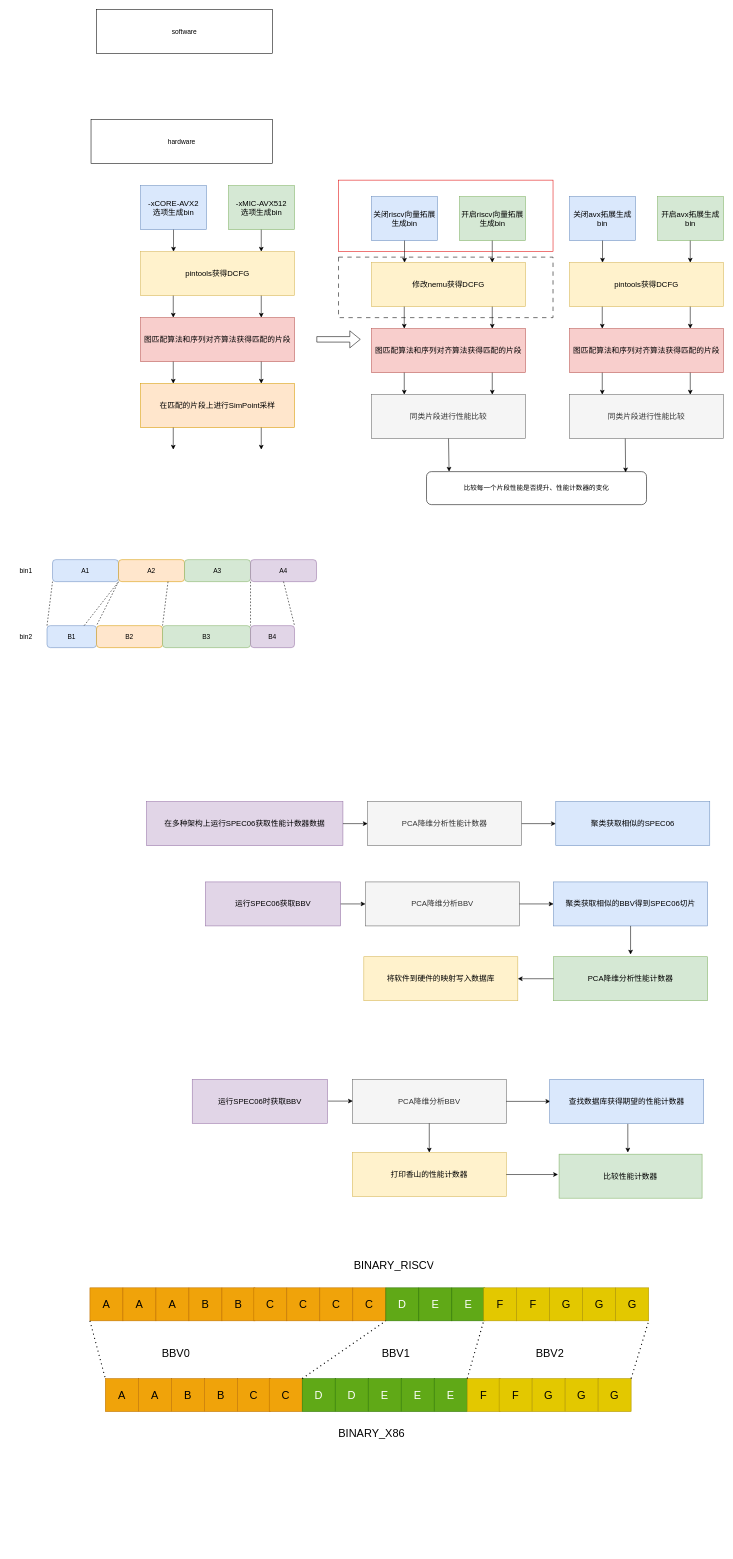
Before: 1.drawio in Ziyue-Zhang/apicture, a draw.io diagram. Source tidied: cells renumbered, new cells numbered last; positions are measured from the earlier drawing's top-left corner, leaving out a move shared by most shapes. Both pictures are drawn from the tidied source at 55%, with x=0, y=0 at pixel (9, 9).
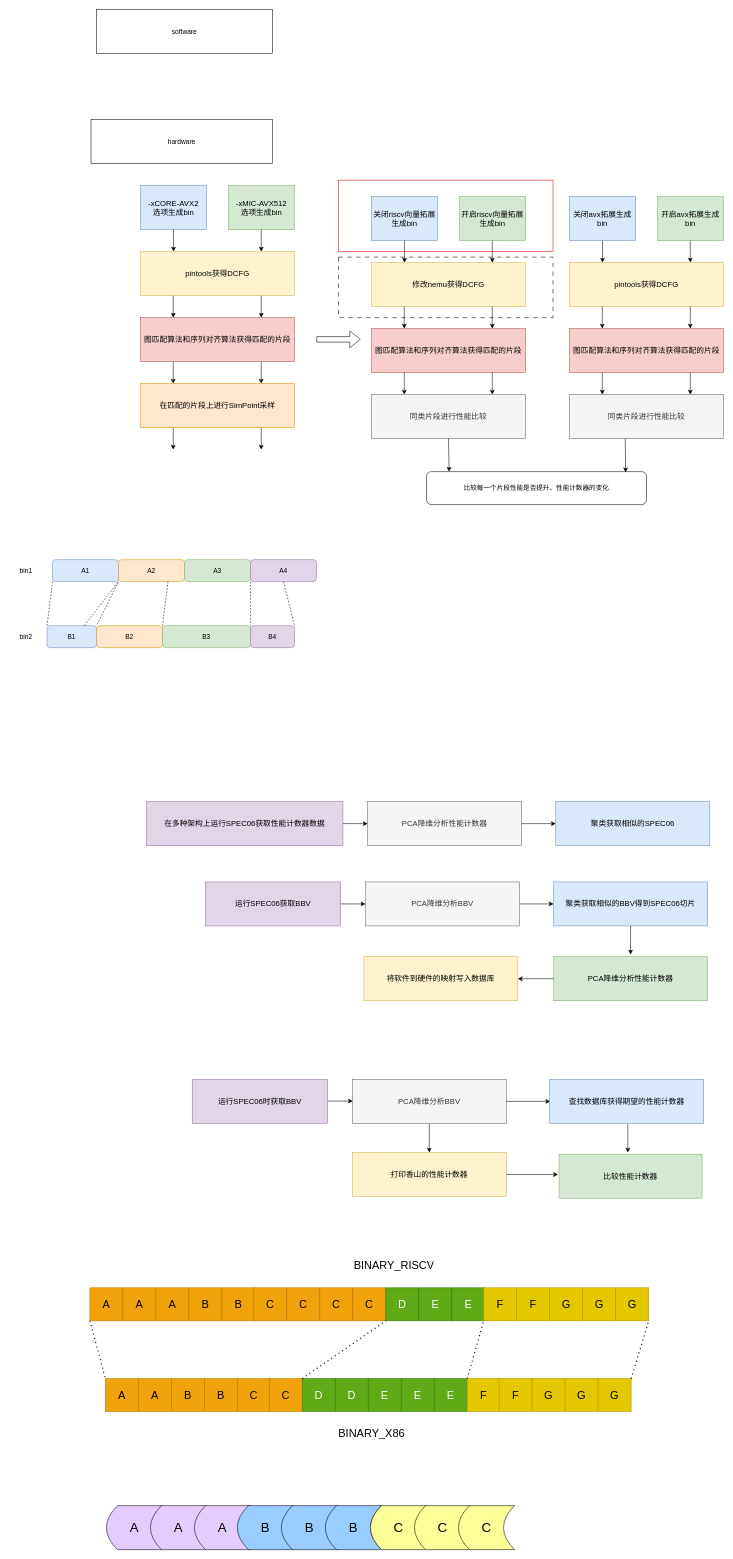
The same diagram, later.

The edit, as a diff of the source:
```diff
@@
-    <mxCell id="122" value="&lt;font style=&quot;font-size: 20px;&quot;&gt;BBV0&lt;/font&gt;" style="text;strokeColor=none;fillColor=none;align=left;verticalAlign=middle;spacingLeft=4;spacingRight=4;overflow=hidden;whiteSpace=wrap;html=1;" parent="1" vertex="1">
-      <mxGeometry x="271" y="2418" width="113" height="49" as="geometry" />
-    </mxCell>
-    <mxCell id="123" value="&lt;font style=&quot;font-size: 20px;&quot;&gt;BBV1&lt;/font&gt;" style="text;strokeColor=none;fillColor=none;align=left;verticalAlign=middle;spacingLeft=4;spacingRight=4;overflow=hidden;whiteSpace=wrap;html=1;" parent="1" vertex="1">
-      <mxGeometry x="671" y="2418" width="113" height="49" as="geometry" />
-    </mxCell>
-    <mxCell id="124" value="&lt;font style=&quot;font-size: 20px;&quot;&gt;BBV2&lt;/font&gt;" style="text;strokeColor=none;fillColor=none;align=left;verticalAlign=middle;spacingLeft=4;spacingRight=4;overflow=hidden;whiteSpace=wrap;html=1;" parent="1" vertex="1">
-      <mxGeometry x="951" y="2418" width="113" height="49" as="geometry" />
-    </mxCell>
@@
+    <mxCell id="127" value="&lt;font style=&quot;font-size: 24px;&quot;&gt;A&lt;/font&gt;" style="shape=dataStorage;whiteSpace=wrap;html=1;fixedSize=1;fillColor=#E5CCFF;strokeColor=#000000;" parent="1" vertex="1">
+      <mxGeometry x="176" y="2720" width="102" height="80" as="geometry" />
+    </mxCell>
+    <mxCell id="128" value="&lt;font style=&quot;font-size: 24px;&quot;&gt;A&lt;/font&gt;" style="shape=dataStorage;whiteSpace=wrap;html=1;fixedSize=1;fillColor=#E5CCFF;strokeColor=#000000;" parent="1" vertex="1">
+      <mxGeometry x="256" y="2720" width="102" height="80" as="geometry" />
+    </mxCell>
+    <mxCell id="129" value="&lt;font style=&quot;font-size: 24px;&quot;&gt;A&lt;/font&gt;" style="shape=dataStorage;whiteSpace=wrap;html=1;fixedSize=1;fillColor=#E5CCFF;strokeColor=#000000;" parent="1" vertex="1">
+      <mxGeometry x="336" y="2720" width="102" height="80" as="geometry" />
+    </mxCell>
+    <mxCell id="130" value="&lt;font style=&quot;font-size: 24px;&quot;&gt;B&lt;/font&gt;" style="shape=dataStorage;whiteSpace=wrap;html=1;fixedSize=1;fillColor=#99CCFF;strokeColor=#000000;" parent="1" vertex="1">
+      <mxGeometry x="414" y="2720" width="102" height="80" as="geometry" />
+    </mxCell>
+    <mxCell id="131" value="&lt;font style=&quot;font-size: 24px;&quot;&gt;B&lt;/font&gt;" style="shape=dataStorage;whiteSpace=wrap;html=1;fixedSize=1;fillColor=#99CCFF;strokeColor=#000000;" parent="1" vertex="1">
+      <mxGeometry x="494" y="2720" width="102" height="80" as="geometry" />
+    </mxCell>
+    <mxCell id="132" value="&lt;font style=&quot;font-size: 24px;&quot;&gt;B&lt;/font&gt;" style="shape=dataStorage;whiteSpace=wrap;html=1;fixedSize=1;fillColor=#99CCFF;strokeColor=#000000;" parent="1" vertex="1">
+      <mxGeometry x="574" y="2720" width="102" height="80" as="geometry" />
+    </mxCell>
+    <mxCell id="133" value="&lt;font style=&quot;font-size: 24px;&quot;&gt;C&lt;/font&gt;" style="shape=dataStorage;whiteSpace=wrap;html=1;fixedSize=1;fillColor=#FFFF99;strokeColor=#000000;" parent="1" vertex="1">
+      <mxGeometry x="656" y="2720" width="102" height="80" as="geometry" />
+    </mxCell>
+    <mxCell id="134" value="&lt;font style=&quot;font-size: 24px;&quot;&gt;C&lt;/font&gt;" style="shape=dataStorage;whiteSpace=wrap;html=1;fixedSize=1;fillColor=#FFFF99;strokeColor=#000000;" parent="1" vertex="1">
+      <mxGeometry x="736" y="2720" width="102" height="80" as="geometry" />
+    </mxCell>
+    <mxCell id="135" value="&lt;font style=&quot;font-size: 24px;&quot;&gt;C&lt;/font&gt;" style="shape=dataStorage;whiteSpace=wrap;html=1;fixedSize=1;fillColor=#FFFF99;strokeColor=#000000;" parent="1" vertex="1">
+      <mxGeometry x="816" y="2720" width="102" height="80" as="geometry" />
+    </mxCell>
```
